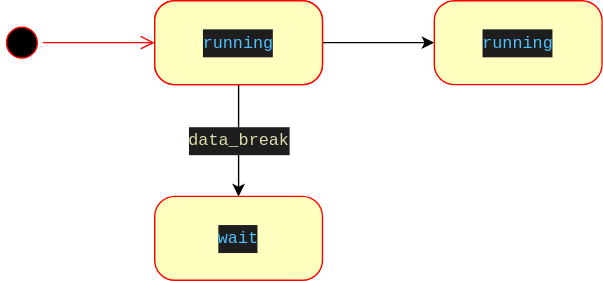
This is res/img/breakState.svg from famibee/SKYNovel-vscode-extension, a draw.io export, as it was before one commit. Source tidied: cells renumbered, new cells last; positions are measured from the earlier drawing's top-left corner, leaving out a move shared by most shapes.
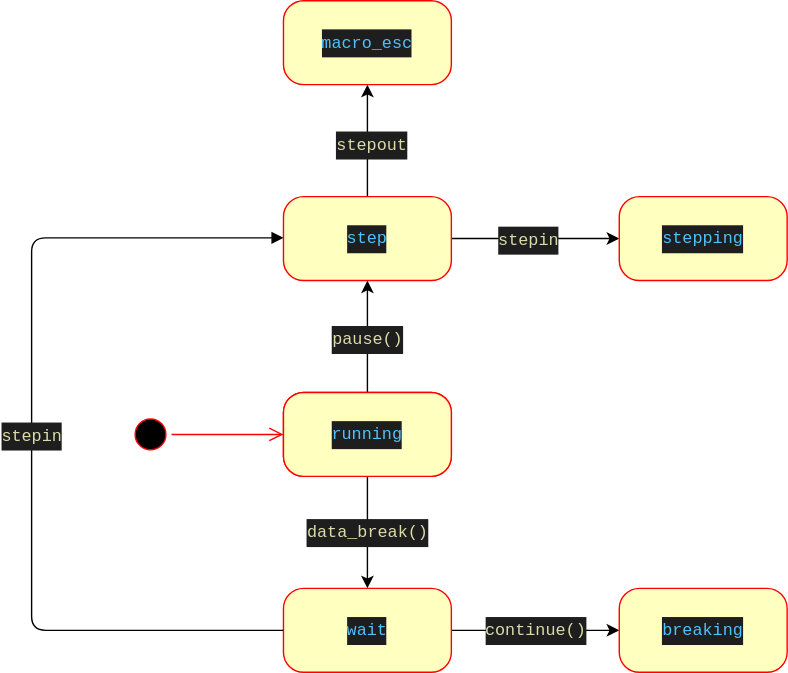
After the commit.

Commit message:
breakState.svg を更新します

What changed in the source:
```diff
@@ -11,20 +11,64 @@
     <mxCell id="4" style="edgeStyle=orthogonalEdgeStyle;html=1;labelBackgroundColor=none;endArrow=open;endSize=8;strokeColor=#ff0000;fontFamily=Verdana;fontSize=12;align=left;" parent="1" edge="1" source="2" target="3">
       <mxGeometry relative="1" as="geometry" />
     </mxCell>
-    <mxCell id="5" value="&lt;div style=&quot;color: rgb(212 , 212 , 212) ; background-color: rgb(30 , 30 , 30) ; font-family: &amp;#34;menlo&amp;#34; , &amp;#34;monaco&amp;#34; , &amp;#34;courier new&amp;#34; , monospace ; font-size: 12px ; line-height: 20px&quot;&gt;&lt;span style=&quot;color: #dcdcaa&quot;&gt;data_break&lt;/span&gt;&lt;/div&gt;" style="edgeStyle=orthogonalEdgeStyle;rounded=0;jettySize=auto;html=1;" parent="1" edge="1" source="7" target="8">
+    <mxCell id="5" value="&lt;div style=&quot;color: rgb(212 , 212 , 212) ; background-color: rgb(30 , 30 , 30) ; font-family: &amp;#34;menlo&amp;#34; , &amp;#34;monaco&amp;#34; , &amp;#34;courier new&amp;#34; , monospace ; font-size: 12px ; line-height: 20px&quot;&gt;&lt;span style=&quot;color: #dcdcaa&quot;&gt;data_break()&lt;/span&gt;&lt;/div&gt;" style="edgeStyle=orthogonalEdgeStyle;rounded=0;jettySize=auto;html=1;" parent="1" edge="1" source="7" target="8">
       <mxGeometry relative="1" as="geometry" />
     </mxCell>
-    <mxCell id="6" style="edgeStyle=orthogonalEdgeStyle;rounded=0;jettySize=auto;html=1;" parent="1" edge="1" source="7" target="9">
-      <mxGeometry relative="1" as="geometry" />
-    </mxCell>
+    <mxCell id="10" style="edgeStyle=orthogonalEdgeStyle;rounded=0;jettySize=auto;html=1;" parent="1" edge="1" source="7" target="19">
+      <mxGeometry relative="1" as="geometry" />
+    </mxCell>
+    <mxCell id="11" value="&lt;div style=&quot;color: rgb(212 , 212 , 212) ; background-color: rgb(30 , 30 , 30) ; font-family: &amp;#34;menlo&amp;#34; , &amp;#34;monaco&amp;#34; , &amp;#34;courier new&amp;#34; , monospace ; font-size: 12px ; line-height: 20px&quot;&gt;&lt;span style=&quot;color: #dcdcaa&quot;&gt;pause()&lt;/span&gt;&lt;/div&gt;" style="edgeLabel;html=1;align=center;verticalAlign=middle;" parent="10" vertex="1">
+      <mxGeometry x="-0.03" y="1" relative="1" as="geometry" />
+    </mxCell>
     <mxCell id="7" value="&lt;div style=&quot;color: rgb(212 , 212 , 212) ; background-color: rgb(30 , 30 , 30) ; font-family: &amp;#34;menlo&amp;#34; , &amp;#34;monaco&amp;#34; , &amp;#34;courier new&amp;#34; , monospace ; line-height: 20px&quot;&gt;&lt;span style=&quot;color: #4fc1ff&quot;&gt;running&lt;/span&gt;&lt;/div&gt;" style="rounded=1;whiteSpace=wrap;html=1;arcSize=24;fillColor=#ffffc0;strokeColor=#ff0000;shadow=0;comic=0;labelBackgroundColor=none;fontFamily=Verdana;fontSize=12;fontColor=#000000;align=center;" parent="1" vertex="1">
       <mxGeometry x="110" width="120" height="60" as="geometry" />
     </mxCell>
+    <mxCell id="12" style="edgeStyle=orthogonalEdgeStyle;rounded=0;jettySize=auto;html=1;" parent="1" edge="1" source="8" target="14">
+      <mxGeometry relative="1" as="geometry" />
+    </mxCell>
+    <mxCell id="13" value="&lt;div style=&quot;color: rgb(212 , 212 , 212) ; background-color: rgb(30 , 30 , 30) ; font-family: &amp;#34;menlo&amp;#34; , &amp;#34;monaco&amp;#34; , &amp;#34;courier new&amp;#34; , monospace ; font-size: 12px ; line-height: 20px&quot;&gt;&lt;span style=&quot;color: #dcdcaa&quot;&gt;continue()&lt;/span&gt;&lt;/div&gt;" style="edgeLabel;html=1;align=center;verticalAlign=middle;" parent="12" vertex="1">
+      <mxGeometry x="-0.03" y="1" relative="1" as="geometry" />
+    </mxCell>
     <mxCell id="8" value="&lt;div style=&quot;color: rgb(212 , 212 , 212) ; background-color: rgb(30 , 30 , 30) ; font-family: &amp;#34;menlo&amp;#34; , &amp;#34;monaco&amp;#34; , &amp;#34;courier new&amp;#34; , monospace ; line-height: 20px&quot;&gt;&lt;div style=&quot;font-family: &amp;#34;menlo&amp;#34; , &amp;#34;monaco&amp;#34; , &amp;#34;courier new&amp;#34; , monospace ; line-height: 20px&quot;&gt;&lt;span style=&quot;color: #4fc1ff&quot;&gt;wait&lt;/span&gt;&lt;/div&gt;&lt;/div&gt;" style="rounded=1;whiteSpace=wrap;html=1;arcSize=24;fillColor=#ffffc0;strokeColor=#ff0000;shadow=0;comic=0;labelBackgroundColor=none;fontFamily=Verdana;fontSize=12;fontColor=#000000;align=center;" parent="1" vertex="1">
       <mxGeometry x="110" y="140" width="120" height="60" as="geometry" />
     </mxCell>
-    <mxCell id="9" value="&lt;div style=&quot;color: rgb(212 , 212 , 212) ; background-color: rgb(30 , 30 , 30) ; font-family: &amp;#34;menlo&amp;#34; , &amp;#34;monaco&amp;#34; , &amp;#34;courier new&amp;#34; , monospace ; line-height: 20px&quot;&gt;&lt;span style=&quot;color: #4fc1ff&quot;&gt;running&lt;/span&gt;&lt;/div&gt;" style="rounded=1;whiteSpace=wrap;html=1;arcSize=24;fillColor=#ffffc0;strokeColor=#ff0000;shadow=0;comic=0;labelBackgroundColor=none;fontFamily=Verdana;fontSize=12;fontColor=#000000;align=center;" parent="1" vertex="1">
-      <mxGeometry x="310" width="120" height="60" as="geometry" />
-    </mxCell>
+    <mxCell id="14" value="&lt;div style=&quot;color: rgb(212 , 212 , 212) ; background-color: rgb(30 , 30 , 30) ; font-family: &amp;#34;menlo&amp;#34; , &amp;#34;monaco&amp;#34; , &amp;#34;courier new&amp;#34; , monospace ; line-height: 20px&quot;&gt;&lt;div style=&quot;font-family: &amp;#34;menlo&amp;#34; , &amp;#34;monaco&amp;#34; , &amp;#34;courier new&amp;#34; , monospace ; line-height: 20px&quot;&gt;&lt;div style=&quot;font-family: &amp;#34;menlo&amp;#34; , &amp;#34;monaco&amp;#34; , &amp;#34;courier new&amp;#34; , monospace ; line-height: 20px&quot;&gt;&lt;span style=&quot;color: #4fc1ff&quot;&gt;breaking&lt;/span&gt;&lt;/div&gt;&lt;/div&gt;&lt;/div&gt;" style="rounded=1;whiteSpace=wrap;html=1;arcSize=24;fillColor=#ffffc0;strokeColor=#ff0000;shadow=0;comic=0;labelBackgroundColor=none;fontFamily=Verdana;fontSize=12;fontColor=#000000;align=center;" parent="1" vertex="1">
+      <mxGeometry x="350" y="140" width="120" height="60" as="geometry" />
+    </mxCell>
+    <mxCell id="15" style="edgeStyle=orthogonalEdgeStyle;rounded=0;jettySize=auto;html=1;" parent="1" edge="1" source="19" target="22">
+      <mxGeometry relative="1" as="geometry" />
+    </mxCell>
+    <mxCell id="16" value="&lt;div style=&quot;color: rgb(212 , 212 , 212) ; background-color: rgb(30 , 30 , 30) ; font-family: &amp;#34;menlo&amp;#34; , &amp;#34;monaco&amp;#34; , &amp;#34;courier new&amp;#34; , monospace ; font-size: 12px ; line-height: 20px&quot;&gt;&lt;span style=&quot;color: #dcdcaa&quot;&gt;stepin&lt;/span&gt;&lt;/div&gt;" style="edgeLabel;html=1;align=center;verticalAlign=middle;" parent="15" vertex="1">
+      <mxGeometry x="-0.1" relative="1" as="geometry" />
+    </mxCell>
+    <mxCell id="17" style="edgeStyle=orthogonalEdgeStyle;rounded=0;jettySize=auto;html=1;" parent="1" edge="1" source="19" target="23">
+      <mxGeometry relative="1" as="geometry" />
+    </mxCell>
+    <mxCell id="18" value="&lt;div style=&quot;color: rgb(212 , 212 , 212) ; background-color: rgb(30 , 30 , 30) ; font-family: &amp;#34;menlo&amp;#34; , &amp;#34;monaco&amp;#34; , &amp;#34;courier new&amp;#34; , monospace ; font-size: 12px ; line-height: 20px&quot;&gt;&lt;span style=&quot;color: #dcdcaa&quot;&gt;stepout&lt;/span&gt;&lt;/div&gt;" style="edgeLabel;html=1;align=center;verticalAlign=middle;" parent="17" vertex="1">
+      <mxGeometry x="-0.05" y="-2" relative="1" as="geometry" />
+    </mxCell>
+    <mxCell id="19" value="&lt;div style=&quot;color: rgb(212 , 212 , 212) ; background-color: rgb(30 , 30 , 30) ; font-family: &amp;#34;menlo&amp;#34; , &amp;#34;monaco&amp;#34; , &amp;#34;courier new&amp;#34; , monospace ; line-height: 20px&quot;&gt;&lt;div style=&quot;font-family: &amp;#34;menlo&amp;#34; , &amp;#34;monaco&amp;#34; , &amp;#34;courier new&amp;#34; , monospace ; line-height: 20px&quot;&gt;&lt;span style=&quot;color: #4fc1ff&quot;&gt;step&lt;/span&gt;&lt;/div&gt;&lt;/div&gt;" style="rounded=1;whiteSpace=wrap;html=1;arcSize=24;fillColor=#ffffc0;strokeColor=#ff0000;shadow=0;comic=0;labelBackgroundColor=none;fontFamily=Verdana;fontSize=12;fontColor=#000000;align=center;" parent="1" vertex="1">
+      <mxGeometry x="110" y="-140" width="120" height="60" as="geometry" />
+    </mxCell>
+    <mxCell id="20" style="endArrow=block;endFill=1;html=1;edgeStyle=orthogonalEdgeStyle;align=left;verticalAlign=top;exitX=0;exitY=0.5;exitDx=0;exitDy=0;" parent="1" edge="1" source="8">
+      <mxGeometry x="-1" relative="1" as="geometry">
+        <mxPoint x="110" y="-110.5" as="targetPoint" />
+        <Array as="points">
+          <mxPoint x="-70" y="170" />
+          <mxPoint x="-70" y="-110" />
+        </Array>
+      </mxGeometry>
+    </mxCell>
+    <mxCell id="21" value="&lt;div style=&quot;color: rgb(212 , 212 , 212) ; background-color: rgb(30 , 30 , 30) ; font-family: &amp;#34;menlo&amp;#34; , &amp;#34;monaco&amp;#34; , &amp;#34;courier new&amp;#34; , monospace ; font-size: 12px ; line-height: 20px&quot;&gt;&lt;span style=&quot;color: #dcdcaa&quot;&gt;stepin&lt;/span&gt;&lt;/div&gt;" style="edgeLabel;html=1;align=center;verticalAlign=middle;" parent="20" vertex="1">
+      <mxGeometry x="-0.04" y="1" relative="1" as="geometry">
+        <mxPoint y="-11" as="offset" />
+      </mxGeometry>
+    </mxCell>
+    <mxCell id="22" value="&lt;div style=&quot;color: rgb(212 , 212 , 212) ; background-color: rgb(30 , 30 , 30) ; font-family: &amp;#34;menlo&amp;#34; , &amp;#34;monaco&amp;#34; , &amp;#34;courier new&amp;#34; , monospace ; line-height: 20px&quot;&gt;&lt;div style=&quot;font-family: &amp;#34;menlo&amp;#34; , &amp;#34;monaco&amp;#34; , &amp;#34;courier new&amp;#34; , monospace ; line-height: 20px&quot;&gt;&lt;div style=&quot;font-family: &amp;#34;menlo&amp;#34; , &amp;#34;monaco&amp;#34; , &amp;#34;courier new&amp;#34; , monospace ; line-height: 20px&quot;&gt;&lt;span style=&quot;color: #4fc1ff&quot;&gt;stepping&lt;/span&gt;&lt;/div&gt;&lt;/div&gt;&lt;/div&gt;" style="rounded=1;whiteSpace=wrap;html=1;arcSize=24;fillColor=#ffffc0;strokeColor=#ff0000;shadow=0;comic=0;labelBackgroundColor=none;fontFamily=Verdana;fontSize=12;fontColor=#000000;align=center;" parent="1" vertex="1">
+      <mxGeometry x="350" y="-140" width="120" height="60" as="geometry" />
+    </mxCell>
+    <mxCell id="23" value="&lt;div style=&quot;color: rgb(212 , 212 , 212) ; background-color: rgb(30 , 30 , 30) ; font-family: &amp;#34;menlo&amp;#34; , &amp;#34;monaco&amp;#34; , &amp;#34;courier new&amp;#34; , monospace ; line-height: 20px&quot;&gt;&lt;div style=&quot;font-family: &amp;#34;menlo&amp;#34; , &amp;#34;monaco&amp;#34; , &amp;#34;courier new&amp;#34; , monospace ; line-height: 20px&quot;&gt;&lt;div style=&quot;font-family: &amp;#34;menlo&amp;#34; , &amp;#34;monaco&amp;#34; , &amp;#34;courier new&amp;#34; , monospace ; line-height: 20px&quot;&gt;&lt;span style=&quot;color: #4fc1ff&quot;&gt;macro_esc&lt;/span&gt;&lt;/div&gt;&lt;/div&gt;&lt;/div&gt;" style="rounded=1;whiteSpace=wrap;html=1;arcSize=24;fillColor=#ffffc0;strokeColor=#ff0000;shadow=0;comic=0;labelBackgroundColor=none;fontFamily=Verdana;fontSize=12;fontColor=#000000;align=center;" parent="1" vertex="1">
+      <mxGeometry x="110" y="-280" width="120" height="60" as="geometry" />
+    </mxCell>
   </root>
 </mxGraphModel>
```
